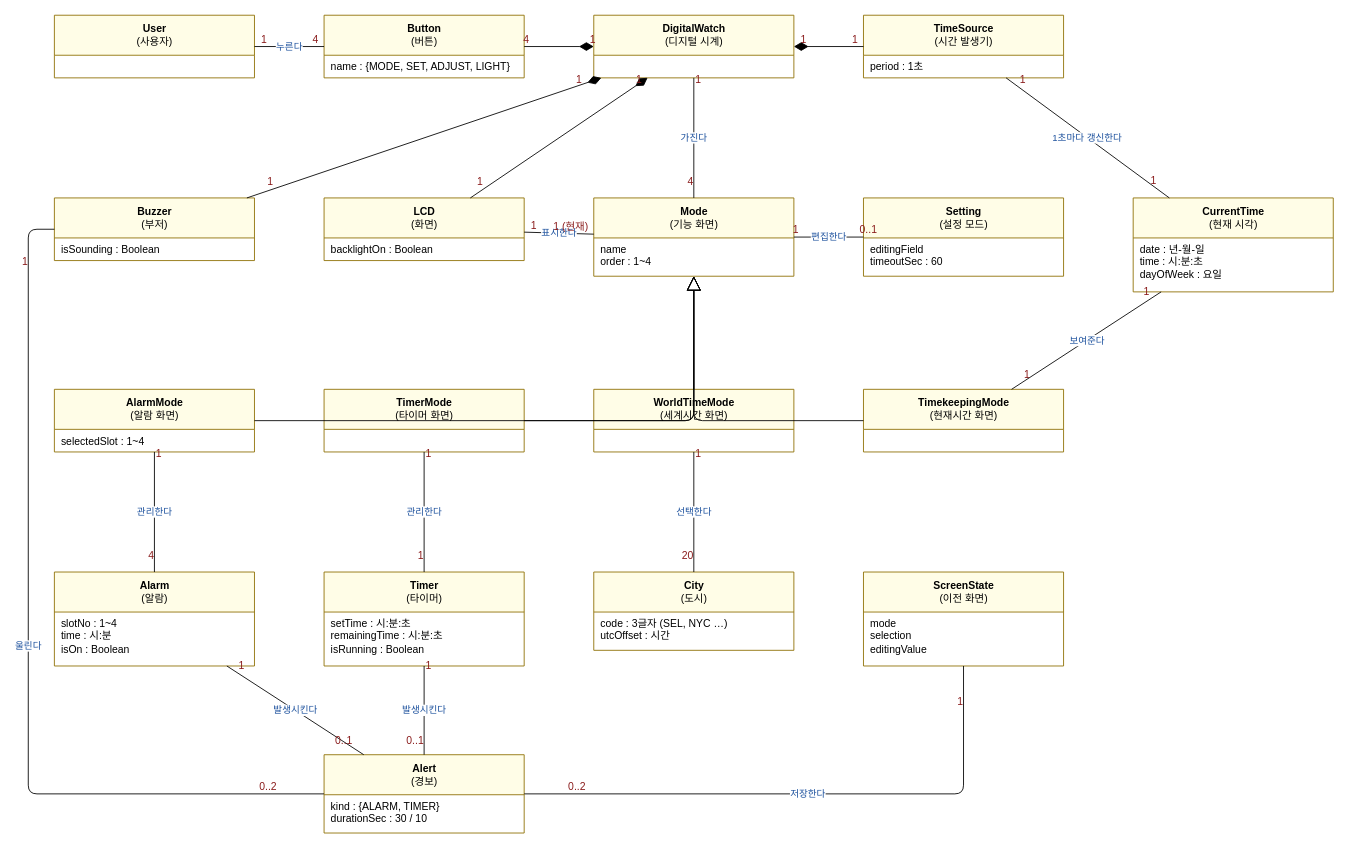
sspring2048/AssoArch keeps this draw.io diagram as docs/OOAD/practice/domain/DigitalWatch_DomainModel.drawio. Above is the earlier version. Source tidied: cells renumbered, new cells numbered last; positions are measured from the earlier drawing's top-left corner, leaving out a move shared by most shapes. Both pictures are drawn from the tidied source at 87%, with x=0, y=0 at pixel (28, 15).
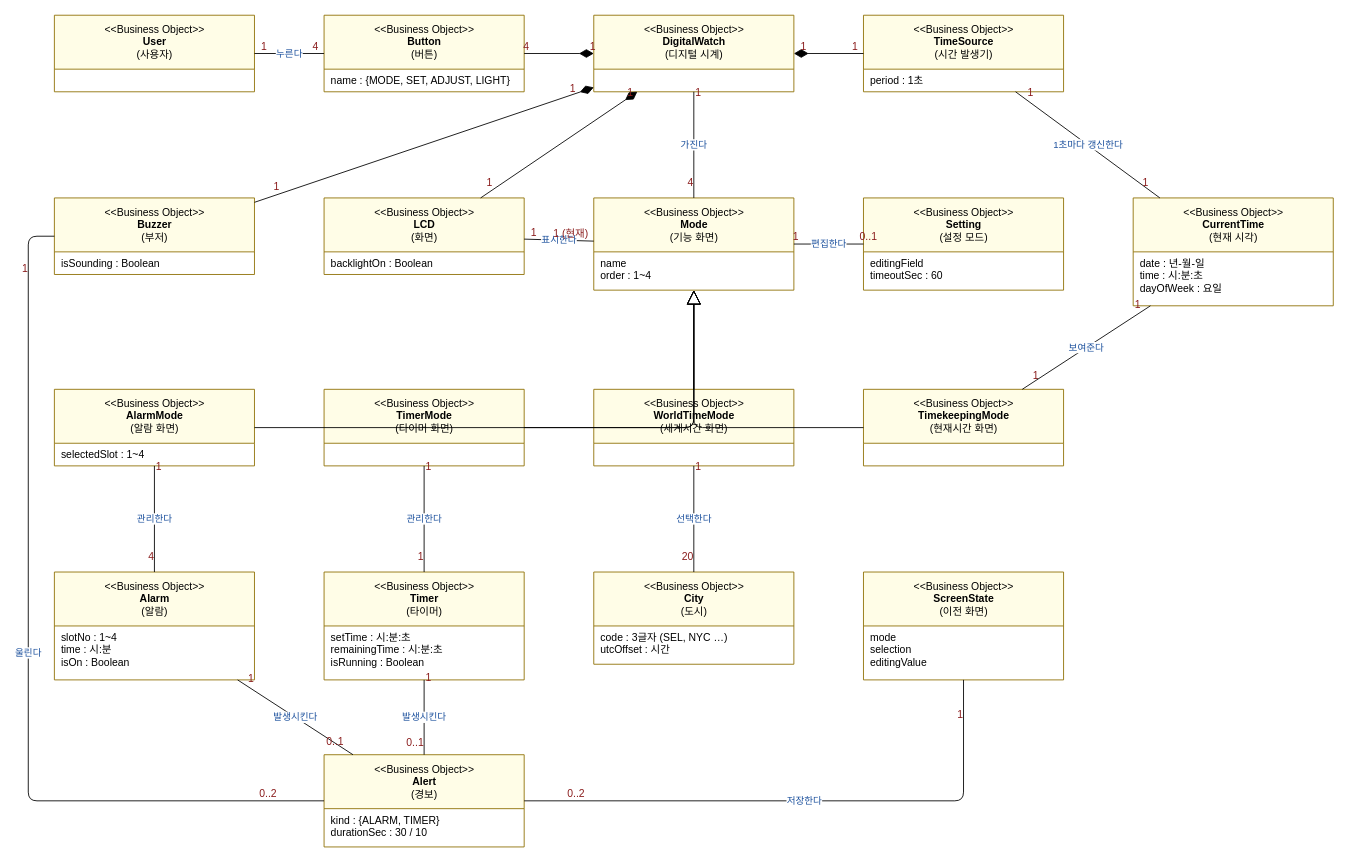
Above is the later version.

The edit, as a diff of the source:
```diff
@@
-    <mxCell id="2" value="&lt;b&gt;User&lt;/b&gt;&lt;br&gt;(사용자)" style="swimlane;fontStyle=0;horizontal=1;startSize=46;fillColor=#fffde7;strokeColor=#8d6e00;html=1;" parent="1" vertex="1">
-      <mxGeometry x="30" width="230" height="72" as="geometry" />
+    <mxCell id="2" value="&amp;lt;&amp;lt;Business Object&amp;gt;&amp;gt;&lt;br&gt;&lt;b&gt;User&lt;/b&gt;&lt;br&gt;(사용자)" style="swimlane;fontStyle=0;horizontal=1;startSize=62;fillColor=#fffde7;strokeColor=#8d6e00;html=1;" parent="1" vertex="1">
+      <mxGeometry x="30" width="230" height="88" as="geometry" />
     </mxCell>
     <mxCell id="3" style="text;align=left;verticalAlign=top;spacingLeft=6;html=1;" parent="2" vertex="1">
-      <mxGeometry y="46" width="230" height="26" as="geometry" />
+      <mxGeometry y="62" width="230" height="26" as="geometry" />
     </mxCell>
-    <mxCell id="4" value="&lt;b&gt;Button&lt;/b&gt;&lt;br&gt;(버튼)" style="swimlane;fontStyle=0;horizontal=1;startSize=46;fillColor=#fffde7;strokeColor=#8d6e00;html=1;" parent="1" vertex="1">
-      <mxGeometry x="340" width="230" height="72" as="geometry" />
+    <mxCell id="4" value="&amp;lt;&amp;lt;Business Object&amp;gt;&amp;gt;&lt;br&gt;&lt;b&gt;Button&lt;/b&gt;&lt;br&gt;(버튼)" style="swimlane;fontStyle=0;horizontal=1;startSize=62;fillColor=#fffde7;strokeColor=#8d6e00;html=1;" parent="1" vertex="1">
+      <mxGeometry x="340" width="230" height="88" as="geometry" />
     </mxCell>
     <mxCell id="5" value="name : {MODE, SET, ADJUST, LIGHT}" style="text;align=left;verticalAlign=top;spacingLeft=6;html=1;" parent="4" vertex="1">
-      <mxGeometry y="46" width="230" height="26" as="geometry" />
+      <mxGeometry y="62" width="230" height="26" as="geometry" />
     </mxCell>
-    <mxCell id="6" value="&lt;b&gt;DigitalWatch&lt;/b&gt;&lt;br&gt;(디지털 시계)" style="swimlane;fontStyle=0;horizontal=1;startSize=46;fillColor=#fffde7;strokeColor=#8d6e00;html=1;" parent="1" vertex="1">
-      <mxGeometry x="650" width="230" height="72" as="geometry" />
+    <mxCell id="6" value="&amp;lt;&amp;lt;Business Object&amp;gt;&amp;gt;&lt;br&gt;&lt;b&gt;DigitalWatch&lt;/b&gt;&lt;br&gt;(디지털 시계)" style="swimlane;fontStyle=0;horizontal=1;startSize=62;fillColor=#fffde7;strokeColor=#8d6e00;html=1;" parent="1" vertex="1">
+      <mxGeometry x="650" width="230" height="88" as="geometry" />
     </mxCell>
     <mxCell id="7" style="text;align=left;verticalAlign=top;spacingLeft=6;html=1;" parent="6" vertex="1">
-      <mxGeometry y="46" width="230" height="26" as="geometry" />
+      <mxGeometry y="62" width="230" height="26" as="geometry" />
     </mxCell>
-    <mxCell id="8" value="&lt;b&gt;TimeSource&lt;/b&gt;&lt;br&gt;(시간 발생기)" style="swimlane;fontStyle=0;horizontal=1;startSize=46;fillColor=#fffde7;strokeColor=#8d6e00;html=1;" parent="1" vertex="1">
-      <mxGeometry x="960" width="230" height="72" as="geometry" />
+    <mxCell id="8" value="&amp;lt;&amp;lt;Business Object&amp;gt;&amp;gt;&lt;br&gt;&lt;b&gt;TimeSource&lt;/b&gt;&lt;br&gt;(시간 발생기)" style="swimlane;fontStyle=0;horizontal=1;startSize=62;fillColor=#fffde7;strokeColor=#8d6e00;html=1;" parent="1" vertex="1">
+      <mxGeometry x="960" width="230" height="88" as="geometry" />
     </mxCell>
     <mxCell id="9" value="period : 1초" style="text;align=left;verticalAlign=top;spacingLeft=6;html=1;" parent="8" vertex="1">
-      <mxGeometry y="46" width="230" height="26" as="geometry" />
+      <mxGeometry y="62" width="230" height="26" as="geometry" />
     </mxCell>
-    <mxCell id="10" value="&lt;b&gt;Buzzer&lt;/b&gt;&lt;br&gt;(부저)" style="swimlane;fontStyle=0;horizontal=1;startSize=46;fillColor=#fffde7;strokeColor=#8d6e00;html=1;" parent="1" vertex="1">
-      <mxGeometry x="30" y="210" width="230" height="72" as="geometry" />
+    <mxCell id="10" value="&amp;lt;&amp;lt;Business Object&amp;gt;&amp;gt;&lt;br&gt;&lt;b&gt;Buzzer&lt;/b&gt;&lt;br&gt;(부저)" style="swimlane;fontStyle=0;horizontal=1;startSize=62;fillColor=#fffde7;strokeColor=#8d6e00;html=1;" parent="1" vertex="1">
+      <mxGeometry x="30" y="210" width="230" height="88" as="geometry" />
     </mxCell>
     <mxCell id="11" value="isSounding : Boolean" style="text;align=left;verticalAlign=top;spacingLeft=6;html=1;" parent="10" vertex="1">
-      <mxGeometry y="46" width="230" height="26" as="geometry" />
+      <mxGeometry y="62" width="230" height="26" as="geometry" />
     </mxCell>
-    <mxCell id="12" value="&lt;b&gt;LCD&lt;/b&gt;&lt;br&gt;(화면)" style="swimlane;fontStyle=0;horizontal=1;startSize=46;fillColor=#fffde7;strokeColor=#8d6e00;html=1;" parent="1" vertex="1">
-      <mxGeometry x="340" y="210" width="230" height="72" as="geometry" />
+    <mxCell id="12" value="&amp;lt;&amp;lt;Business Object&amp;gt;&amp;gt;&lt;br&gt;&lt;b&gt;LCD&lt;/b&gt;&lt;br&gt;(화면)" style="swimlane;fontStyle=0;horizontal=1;startSize=62;fillColor=#fffde7;strokeColor=#8d6e00;html=1;" parent="1" vertex="1">
+      <mxGeometry x="340" y="210" width="230" height="88" as="geometry" />
     </mxCell>
     <mxCell id="13" value="backlightOn : Boolean" style="text;align=left;verticalAlign=top;spacingLeft=6;html=1;" parent="12" vertex="1">
-      <mxGeometry y="46" width="230" height="26" as="geometry" />
+      <mxGeometry y="62" width="230" height="26" as="geometry" />
     </mxCell>
-    <mxCell id="14" value="&lt;b&gt;Mode&lt;/b&gt;&lt;br&gt;(기능 화면)" style="swimlane;fontStyle=0;horizontal=1;startSize=46;fillColor=#fffde7;strokeColor=#8d6e00;html=1;" parent="1" vertex="1">
-      <mxGeometry x="650" y="210" width="230" height="90" as="geometry" />
+    <mxCell id="14" value="&amp;lt;&amp;lt;Business Object&amp;gt;&amp;gt;&lt;br&gt;&lt;b&gt;Mode&lt;/b&gt;&lt;br&gt;(기능 화면)" style="swimlane;fontStyle=0;horizontal=1;startSize=62;fillColor=#fffde7;strokeColor=#8d6e00;html=1;" parent="1" vertex="1">
+      <mxGeometry x="650" y="210" width="230" height="106" as="geometry" />
     </mxCell>
     <mxCell id="15" value="name&lt;br&gt;order : 1~4" style="text;align=left;verticalAlign=top;spacingLeft=6;html=1;" parent="14" vertex="1">
-      <mxGeometry y="46" width="230" height="44" as="geometry" />
+      <mxGeometry y="62" width="230" height="44" as="geometry" />
     </mxCell>
-    <mxCell id="16" value="&lt;b&gt;Setting&lt;/b&gt;&lt;br&gt;(설정 모드)" style="swimlane;fontStyle=0;horizontal=1;startSize=46;fillColor=#fffde7;strokeColor=#8d6e00;html=1;" parent="1" vertex="1">
-      <mxGeometry x="960" y="210" width="230" height="90" as="geometry" />
+    <mxCell id="16" value="&amp;lt;&amp;lt;Business Object&amp;gt;&amp;gt;&lt;br&gt;&lt;b&gt;Setting&lt;/b&gt;&lt;br&gt;(설정 모드)" style="swimlane;fontStyle=0;horizontal=1;startSize=62;fillColor=#fffde7;strokeColor=#8d6e00;html=1;" parent="1" vertex="1">
+      <mxGeometry x="960" y="210" width="230" height="106" as="geometry" />
     </mxCell>
     <mxCell id="17" value="editingField&lt;br&gt;timeoutSec : 60" style="text;align=left;verticalAlign=top;spacingLeft=6;html=1;" parent="16" vertex="1">
-      <mxGeometry y="46" width="230" height="44" as="geometry" />
+      <mxGeometry y="62" width="230" height="44" as="geometry" />
     </mxCell>
-    <mxCell id="18" value="&lt;b&gt;CurrentTime&lt;/b&gt;&lt;br&gt;(현재 시각)" style="swimlane;fontStyle=0;horizontal=1;startSize=46;fillColor=#fffde7;strokeColor=#8d6e00;html=1;" parent="1" vertex="1">
-      <mxGeometry x="1270" y="210" width="230" height="108" as="geometry" />
+    <mxCell id="18" value="&amp;lt;&amp;lt;Business Object&amp;gt;&amp;gt;&lt;br&gt;&lt;b&gt;CurrentTime&lt;/b&gt;&lt;br&gt;(현재 시각)" style="swimlane;fontStyle=0;horizontal=1;startSize=62;fillColor=#fffde7;strokeColor=#8d6e00;html=1;" parent="1" vertex="1">
+      <mxGeometry x="1270" y="210" width="230" height="124" as="geometry" />
     </mxCell>
     <mxCell id="19" value="date : 년-월-일&lt;br&gt;time : 시:분:초&lt;br&gt;dayOfWeek : 요일" style="text;align=left;verticalAlign=top;spacingLeft=6;html=1;" parent="18" vertex="1">
-      <mxGeometry y="46" width="230" height="62" as="geometry" />
+      <mxGeometry y="62" width="230" height="62" as="geometry" />
     </mxCell>
-    <mxCell id="20" value="&lt;b&gt;AlarmMode&lt;/b&gt;&lt;br&gt;(알람 화면)" style="swimlane;fontStyle=0;horizontal=1;startSize=46;fillColor=#fffde7;strokeColor=#8d6e00;html=1;" parent="1" vertex="1">
-      <mxGeometry x="30" y="430" width="230" height="72" as="geometry" />
+    <mxCell id="20" value="&amp;lt;&amp;lt;Business Object&amp;gt;&amp;gt;&lt;br&gt;&lt;b&gt;AlarmMode&lt;/b&gt;&lt;br&gt;(알람 화면)" style="swimlane;fontStyle=0;horizontal=1;startSize=62;fillColor=#fffde7;strokeColor=#8d6e00;html=1;" parent="1" vertex="1">
+      <mxGeometry x="30" y="430" width="230" height="88" as="geometry" />
     </mxCell>
     <mxCell id="21" value="selectedSlot : 1~4" style="text;align=left;verticalAlign=top;spacingLeft=6;html=1;" parent="20" vertex="1">
-      <mxGeometry y="46" width="230" height="26" as="geometry" />
+      <mxGeometry y="62" width="230" height="26" as="geometry" />
     </mxCell>
-    <mxCell id="22" value="&lt;b&gt;TimerMode&lt;/b&gt;&lt;br&gt;(타이머 화면)" style="swimlane;fontStyle=0;horizontal=1;startSize=46;fillColor=#fffde7;strokeColor=#8d6e00;html=1;" parent="1" vertex="1">
-      <mxGeometry x="340" y="430" width="230" height="72" as="geometry" />
+    <mxCell id="22" value="&amp;lt;&amp;lt;Business Object&amp;gt;&amp;gt;&lt;br&gt;&lt;b&gt;TimerMode&lt;/b&gt;&lt;br&gt;(타이머 화면)" style="swimlane;fontStyle=0;horizontal=1;startSize=62;fillColor=#fffde7;strokeColor=#8d6e00;html=1;" parent="1" vertex="1">
+      <mxGeometry x="340" y="430" width="230" height="88" as="geometry" />
     </mxCell>
     <mxCell id="23" style="text;align=left;verticalAlign=top;spacingLeft=6;html=1;" parent="22" vertex="1">
-      <mxGeometry y="46" width="230" height="26" as="geometry" />
+      <mxGeometry y="62" width="230" height="26" as="geometry" />
     </mxCell>
-    <mxCell id="24" value="&lt;b&gt;WorldTimeMode&lt;/b&gt;&lt;br&gt;(세계시간 화면)" style="swimlane;fontStyle=0;horizontal=1;startSize=46;fillColor=#fffde7;strokeColor=#8d6e00;html=1;" parent="1" vertex="1">
-      <mxGeometry x="650" y="430" width="230" height="72" as="geometry" />
+    <mxCell id="24" value="&amp;lt;&amp;lt;Business Object&amp;gt;&amp;gt;&lt;br&gt;&lt;b&gt;WorldTimeMode&lt;/b&gt;&lt;br&gt;(세계시간 화면)" style="swimlane;fontStyle=0;horizontal=1;startSize=62;fillColor=#fffde7;strokeColor=#8d6e00;html=1;" parent="1" vertex="1">
+      <mxGeometry x="650" y="430" width="230" height="88" as="geometry" />
     </mxCell>
     <mxCell id="25" style="text;align=left;verticalAlign=top;spacingLeft=6;html=1;" parent="24" vertex="1">
-      <mxGeometry y="46" width="230" height="26" as="geometry" />
+      <mxGeometry y="62" width="230" height="26" as="geometry" />
     </mxCell>
-    <mxCell id="26" value="&lt;b&gt;TimekeepingMode&lt;/b&gt;&lt;br&gt;(현재시간 화면)" style="swimlane;fontStyle=0;horizontal=1;startSize=46;fillColor=#fffde7;strokeColor=#8d6e00;html=1;" parent="1" vertex="1">
-      <mxGeometry x="960" y="430" width="230" height="72" as="geometry" />
+    <mxCell id="26" value="&amp;lt;&amp;lt;Business Object&amp;gt;&amp;gt;&lt;br&gt;&lt;b&gt;TimekeepingMode&lt;/b&gt;&lt;br&gt;(현재시간 화면)" style="swimlane;fontStyle=0;horizontal=1;startSize=62;fillColor=#fffde7;strokeColor=#8d6e00;html=1;" parent="1" vertex="1">
+      <mxGeometry x="960" y="430" width="230" height="88" as="geometry" />
     </mxCell>
     <mxCell id="27" style="text;align=left;verticalAlign=top;spacingLeft=6;html=1;" parent="26" vertex="1">
-      <mxGeometry y="46" width="230" height="26" as="geometry" />
+      <mxGeometry y="62" width="230" height="26" as="geometry" />
     </mxCell>
-    <mxCell id="28" value="&lt;b&gt;Alarm&lt;/b&gt;&lt;br&gt;(알람)" style="swimlane;fontStyle=0;horizontal=1;startSize=46;fillColor=#fffde7;strokeColor=#8d6e00;html=1;" parent="1" vertex="1">
-      <mxGeometry x="30" y="640" width="230" height="108" as="geometry" />
+    <mxCell id="28" value="&amp;lt;&amp;lt;Business Object&amp;gt;&amp;gt;&lt;br&gt;&lt;b&gt;Alarm&lt;/b&gt;&lt;br&gt;(알람)" style="swimlane;fontStyle=0;horizontal=1;startSize=62;fillColor=#fffde7;strokeColor=#8d6e00;html=1;" parent="1" vertex="1">
+      <mxGeometry x="30" y="640" width="230" height="124" as="geometry" />
     </mxCell>
     <mxCell id="29" value="slotNo : 1~4&lt;br&gt;time : 시:분&lt;br&gt;isOn : Boolean" style="text;align=left;verticalAlign=top;spacingLeft=6;html=1;" parent="28" vertex="1">
-      <mxGeometry y="46" width="230" height="62" as="geometry" />
+      <mxGeometry y="62" width="230" height="62" as="geometry" />
     </mxCell>
-    <mxCell id="30" value="&lt;b&gt;Timer&lt;/b&gt;&lt;br&gt;(타이머)" style="swimlane;fontStyle=0;horizontal=1;startSize=46;fillColor=#fffde7;strokeColor=#8d6e00;html=1;" parent="1" vertex="1">
-      <mxGeometry x="340" y="640" width="230" height="108" as="geometry" />
+    <mxCell id="30" value="&amp;lt;&amp;lt;Business Object&amp;gt;&amp;gt;&lt;br&gt;&lt;b&gt;Timer&lt;/b&gt;&lt;br&gt;(타이머)" style="swimlane;fontStyle=0;horizontal=1;startSize=62;fillColor=#fffde7;strokeColor=#8d6e00;html=1;" parent="1" vertex="1">
+      <mxGeometry x="340" y="640" width="230" height="124" as="geometry" />
     </mxCell>
     <mxCell id="31" value="setTime : 시:분:초&lt;br&gt;remainingTime : 시:분:초&lt;br&gt;isRunning : Boolean" style="text;align=left;verticalAlign=top;spacingLeft=6;html=1;" parent="30" vertex="1">
-      <mxGeometry y="46" width="230" height="62" as="geometry" />
+      <mxGeometry y="62" width="230" height="62" as="geometry" />
     </mxCell>
-    <mxCell id="32" value="&lt;b&gt;City&lt;/b&gt;&lt;br&gt;(도시)" style="swimlane;fontStyle=0;horizontal=1;startSize=46;fillColor=#fffde7;strokeColor=#8d6e00;html=1;" parent="1" vertex="1">
-      <mxGeometry x="650" y="640" width="230" height="90" as="geometry" />
+    <mxCell id="32" value="&amp;lt;&amp;lt;Business Object&amp;gt;&amp;gt;&lt;br&gt;&lt;b&gt;City&lt;/b&gt;&lt;br&gt;(도시)" style="swimlane;fontStyle=0;horizontal=1;startSize=62;fillColor=#fffde7;strokeColor=#8d6e00;html=1;" parent="1" vertex="1">
+      <mxGeometry x="650" y="640" width="230" height="106" as="geometry" />
     </mxCell>
     <mxCell id="33" value="code : 3글자 (SEL, NYC …)&lt;br&gt;utcOffset : 시간" style="text;align=left;verticalAlign=top;spacingLeft=6;html=1;" parent="32" vertex="1">
-      <mxGeometry y="46" width="230" height="44" as="geometry" />
+      <mxGeometry y="62" width="230" height="44" as="geometry" />
     </mxCell>
-    <mxCell id="34" value="&lt;b&gt;ScreenState&lt;/b&gt;&lt;br&gt;(이전 화면)" style="swimlane;fontStyle=0;horizontal=1;startSize=46;fillColor=#fffde7;strokeColor=#8d6e00;html=1;" parent="1" vertex="1">
-      <mxGeometry x="960" y="640" width="230" height="108" as="geometry" />
+    <mxCell id="34" value="&amp;lt;&amp;lt;Business Object&amp;gt;&amp;gt;&lt;br&gt;&lt;b&gt;ScreenState&lt;/b&gt;&lt;br&gt;(이전 화면)" style="swimlane;fontStyle=0;horizontal=1;startSize=62;fillColor=#fffde7;strokeColor=#8d6e00;html=1;" parent="1" vertex="1">
+      <mxGeometry x="960" y="640" width="230" height="124" as="geometry" />
     </mxCell>
     <mxCell id="35" value="mode&lt;br&gt;selection&lt;br&gt;editingValue" style="text;align=left;verticalAlign=top;spacingLeft=6;html=1;" parent="34" vertex="1">
-      <mxGeometry y="46" width="230" height="62" as="geometry" />
+      <mxGeometry y="62" width="230" height="62" as="geometry" />
     </mxCell>
-    <mxCell id="36" value="&lt;b&gt;Alert&lt;/b&gt;&lt;br&gt;(경보)" style="swimlane;fontStyle=0;horizontal=1;startSize=46;fillColor=#fffde7;strokeColor=#8d6e00;html=1;" parent="1" vertex="1">
-      <mxGeometry x="340" y="850" width="230" height="90" as="geometry" />
+    <mxCell id="36" value="&amp;lt;&amp;lt;Business Object&amp;gt;&amp;gt;&lt;br&gt;&lt;b&gt;Alert&lt;/b&gt;&lt;br&gt;(경보)" style="swimlane;fontStyle=0;horizontal=1;startSize=62;fillColor=#fffde7;strokeColor=#8d6e00;html=1;" parent="1" vertex="1">
+      <mxGeometry x="340" y="850" width="230" height="106" as="geometry" />
     </mxCell>
     <mxCell id="37" value="kind : {ALARM, TIMER}&lt;br&gt;durationSec : 30 / 10" style="text;align=left;verticalAlign=top;spacingLeft=6;html=1;" parent="36" vertex="1">
-      <mxGeometry y="46" width="230" height="44" as="geometry" />
+      <mxGeometry y="62" width="230" height="44" as="geometry" />
     </mxCell>
@@
     <mxCell id="83" value="울린다" style="endArrow=none;html=1;fontColor=#1a4f9c;" parent="1" edge="1" source="36" target="10">
       <mxGeometry relative="1" as="geometry">
         <Array as="points">
-          <mxPoint y="895" />
-          <mxPoint y="246" />
+          <mxPoint y="903" />
+          <mxPoint y="254" />
         </Array>
       </mxGeometry>
     </mxCell>
@@
     <mxCell id="86" value="저장한다" style="endArrow=none;html=1;fontColor=#1a4f9c;" parent="1" edge="1" source="36" target="34">
       <mxGeometry relative="1" as="geometry">
         <Array as="points">
-          <mxPoint x="1075" y="895" />
+          <mxPoint x="1075" y="903" />
         </Array>
       </mxGeometry>
     </mxCell>
```
